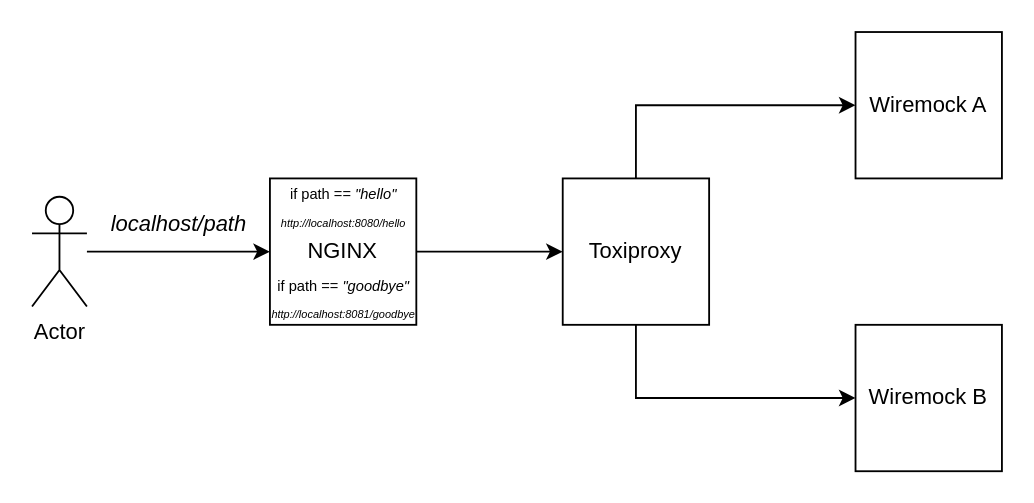
The draw.io diagram images/nginx_wiremock_rev_proxy.drawio in mveeprojects/NginxToxiproxyByEndpoint, before the edit. Source tidied: cells renumbered, new cells numbered last; positions are measured from the earlier drawing's top-left corner, leaving out a move shared by most shapes. Both pictures are drawn from the tidied source at 183%, with x=0, y=0 at pixel (31, 31).
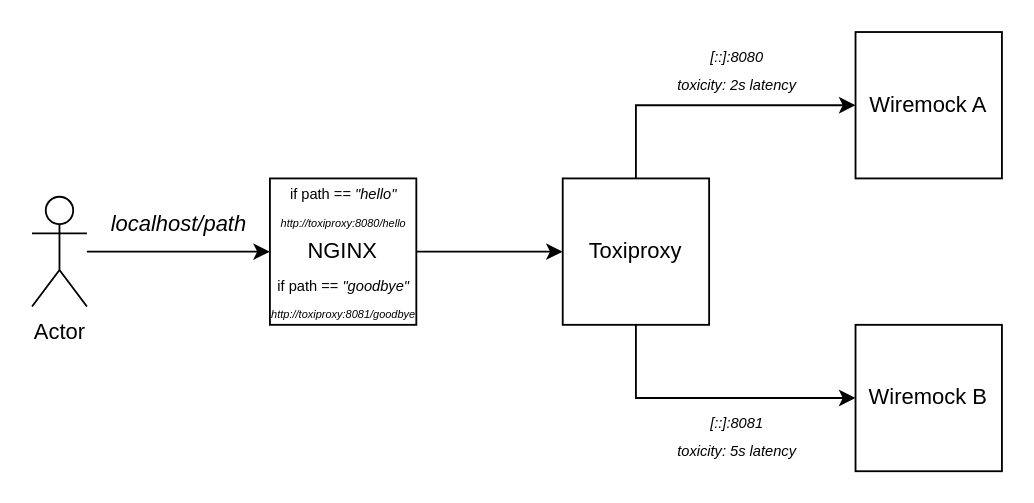
After the change.

The edit, as a diff of the source:
```diff
@@
 <mxGraphModel>
   <root>
     <mxCell id="0" />
     <mxCell id="1" parent="0" />
     <mxCell id="2" style="edgeStyle=orthogonalEdgeStyle;rounded=0;jettySize=auto;html=1;" parent="1" edge="1" source="3" target="7">
       <mxGeometry relative="1" as="geometry" />
     </mxCell>
     <mxCell id="3" value="Actor" style="shape=umlActor;verticalLabelPosition=bottom;verticalAlign=top;html=1;outlineConnect=0;" parent="1" vertex="1">
       <mxGeometry y="90" width="30" height="60" as="geometry" />
     </mxCell>
     <mxCell id="4" style="edgeStyle=orthogonalEdgeStyle;rounded=0;jettySize=auto;html=1;exitX=0.5;exitY=0;exitDx=0;exitDy=0;" parent="1" edge="1" source="13" target="8">
       <mxGeometry relative="1" as="geometry" />
     </mxCell>
     <mxCell id="5" style="edgeStyle=orthogonalEdgeStyle;rounded=0;jettySize=auto;html=1;exitX=0.5;exitY=1;exitDx=0;exitDy=0;" parent="1" edge="1" source="13" target="9">
       <mxGeometry relative="1" as="geometry" />
     </mxCell>
     <mxCell id="6" style="edgeStyle=orthogonalEdgeStyle;curved=1;rounded=0;jettySize=auto;html=1;" parent="1" edge="1" source="7" target="13">
       <mxGeometry relative="1" as="geometry" />
     </mxCell>
     <mxCell id="7" value="NGINX" style="whiteSpace=wrap;html=1;" parent="1" vertex="1">
       <mxGeometry x="130" y="80" width="80" height="80" as="geometry" />
     </mxCell>
     <mxCell id="8" value="Wiremock A" style="whiteSpace=wrap;html=1;" parent="1" vertex="1">
       <mxGeometry x="450" width="80" height="80" as="geometry" />
     </mxCell>
     <mxCell id="9" value="Wiremock B" style="whiteSpace=wrap;html=1;" parent="1" vertex="1">
       <mxGeometry x="450" y="160" width="80" height="80" as="geometry" />
     </mxCell>
     <mxCell id="10" value="&lt;i&gt;localhost/path&lt;/i&gt;" style="text;html=1;align=center;verticalAlign=middle;strokeColor=none;fillColor=none;" parent="1" vertex="1">
       <mxGeometry x="30" y="90" width="100" height="30" as="geometry" />
     </mxCell>
-    <mxCell id="11" value="&lt;font style=&quot;&quot;&gt;&lt;span style=&quot;font-size: 8px;&quot;&gt;if path == &lt;/span&gt;&lt;i style=&quot;font-size: 8px;&quot;&gt;&quot;hello&quot;&lt;br&gt;&lt;/i&gt;&lt;i style=&quot;&quot;&gt;&lt;font style=&quot;font-size: 6px;&quot;&gt;http://localhost:8080/hello&lt;/font&gt;&lt;/i&gt;&lt;span style=&quot;font-size: 8px;&quot;&gt;&lt;i&gt;&lt;/i&gt;&lt;/span&gt;&lt;/font&gt;" style="text;html=1;align=center;verticalAlign=middle;strokeColor=none;fillColor=none;" parent="1" vertex="1">
+    <mxCell id="11" value="&lt;font style=&quot;&quot;&gt;&lt;span style=&quot;font-size: 8px;&quot;&gt;if path == &lt;/span&gt;&lt;i style=&quot;font-size: 8px;&quot;&gt;&quot;hello&quot;&lt;br&gt;&lt;/i&gt;&lt;i style=&quot;&quot;&gt;&lt;font style=&quot;font-size: 6px;&quot;&gt;http://toxiproxy:8080/hello&lt;/font&gt;&lt;/i&gt;&lt;span style=&quot;font-size: 8px;&quot;&gt;&lt;i&gt;&lt;/i&gt;&lt;/span&gt;&lt;/font&gt;" style="text;html=1;align=center;verticalAlign=middle;strokeColor=none;fillColor=none;" parent="1" vertex="1">
       <mxGeometry x="125" y="75" width="90" height="40" as="geometry" />
     </mxCell>
-    <mxCell id="12" value="&lt;font style=&quot;font-size: 8px;&quot;&gt;if path == &lt;i&gt;&quot;goodbye&quot;&lt;/i&gt;&lt;/font&gt;&lt;div&gt;&lt;font style=&quot;font-size: 8px;&quot;&gt;&lt;i style=&quot;font-size: 12px;&quot;&gt;&lt;font style=&quot;font-size: 6px;&quot;&gt;http://localhost:8081/goodbye&lt;/font&gt;&lt;/i&gt;&lt;i&gt;&lt;/i&gt;&lt;/font&gt;&lt;/div&gt;" style="text;html=1;align=center;verticalAlign=middle;strokeColor=none;fillColor=none;" parent="1" vertex="1">
+    <mxCell id="12" value="&lt;font style=&quot;font-size: 8px;&quot;&gt;if path == &lt;i&gt;&quot;goodbye&quot;&lt;/i&gt;&lt;/font&gt;&lt;div&gt;&lt;font style=&quot;font-size: 8px;&quot;&gt;&lt;i style=&quot;font-size: 12px;&quot;&gt;&lt;font style=&quot;font-size: 6px;&quot;&gt;http://&lt;/font&gt;&lt;/i&gt;&lt;i style=&quot;font-size: 12px;&quot;&gt;&lt;font style=&quot;font-size: 6px;&quot;&gt;toxiproxy&lt;/font&gt;&lt;/i&gt;&lt;i style=&quot;font-size: 12px;&quot;&gt;&lt;font style=&quot;font-size: 6px;&quot;&gt;:8081/goodbye&lt;/font&gt;&lt;/i&gt;&lt;i&gt;&lt;/i&gt;&lt;/font&gt;&lt;/div&gt;" style="text;html=1;align=center;verticalAlign=middle;strokeColor=none;fillColor=none;" parent="1" vertex="1">
       <mxGeometry x="120" y="125" width="100" height="40" as="geometry" />
     </mxCell>
     <mxCell id="13" value="Toxip&lt;span style=&quot;background-color: initial;&quot;&gt;roxy&lt;/span&gt;" style="whiteSpace=wrap;html=1;" parent="1" vertex="1">
       <mxGeometry x="290" y="80" width="80" height="80" as="geometry" />
     </mxCell>
+    <mxCell id="14" value="&lt;div&gt;&lt;i style=&quot;&quot;&gt;&lt;font style=&quot;font-size: 8px;&quot;&gt;[::]:8080&lt;/font&gt;&lt;/i&gt;&lt;/div&gt;&lt;div&gt;&lt;i style=&quot;&quot;&gt;&lt;font style=&quot;font-size: 8px;&quot;&gt;toxicity: 2s latency&lt;/font&gt;&lt;/i&gt;&lt;/div&gt;" style="text;html=1;align=center;verticalAlign=middle;strokeColor=none;fillColor=none;" parent="1" vertex="1">
+      <mxGeometry x="340" width="90" height="40" as="geometry" />
+    </mxCell>
+    <mxCell id="15" value="&lt;div&gt;&lt;i style=&quot;&quot;&gt;&lt;font style=&quot;font-size: 8px;&quot;&gt;[::]:8081&lt;/font&gt;&lt;/i&gt;&lt;/div&gt;&lt;div&gt;&lt;i style=&quot;&quot;&gt;&lt;font style=&quot;font-size: 8px;&quot;&gt;toxicity: 5s latency&lt;/font&gt;&lt;/i&gt;&lt;span style=&quot;font-size: 6px;&quot;&gt;&lt;i&gt;&lt;/i&gt;&lt;/span&gt;&lt;/div&gt;" style="text;html=1;align=center;verticalAlign=middle;strokeColor=none;fillColor=none;" parent="1" vertex="1">
+      <mxGeometry x="340" y="200" width="90" height="40" as="geometry" />
+    </mxCell>
   </root>
 </mxGraphModel>
```
